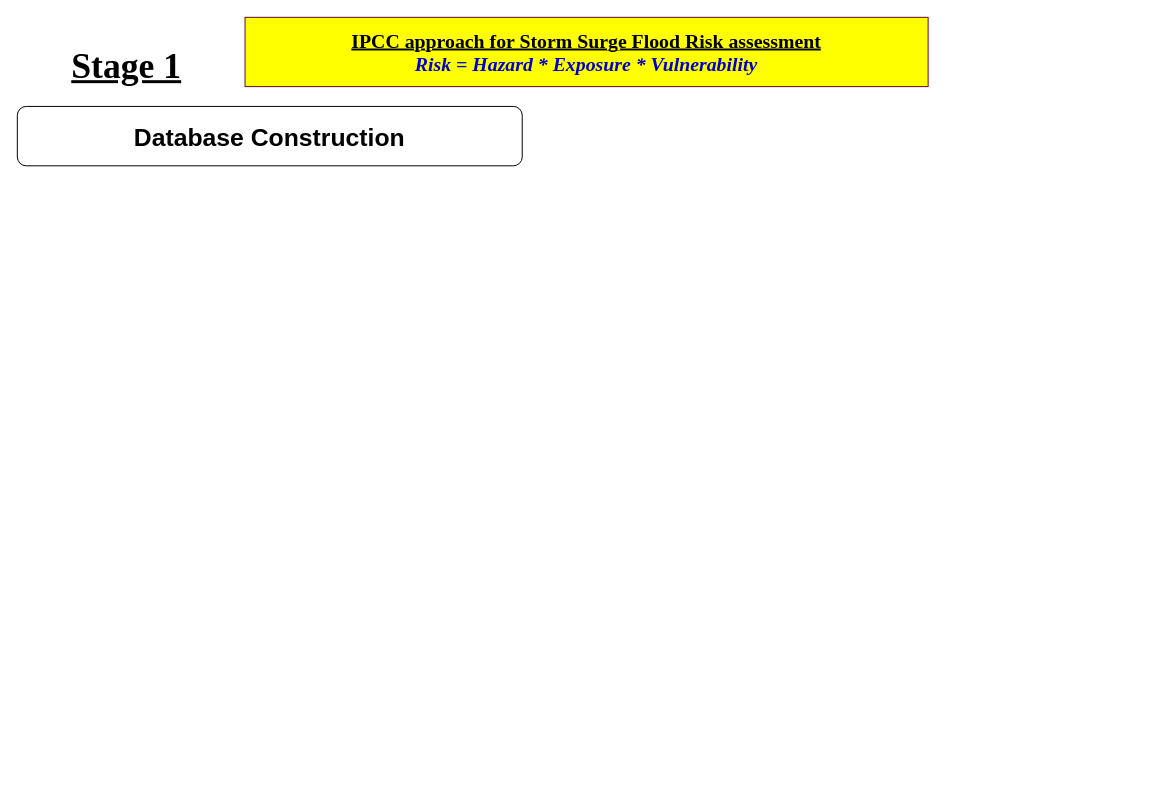
This is page "Storm surge flood Risk" (3 of 3) of Untitled Diagram.drawio from Daawarb/Daawarb, a draw.io file, before an edit. Source tidied: cells renumbered, new cells numbered last; positions are measured from the earlier drawing's top-left corner, leaving out a move shared by most shapes. Both pictures are drawn from the tidied source at 99%, with x=0, y=0 at pixel (17, 17).
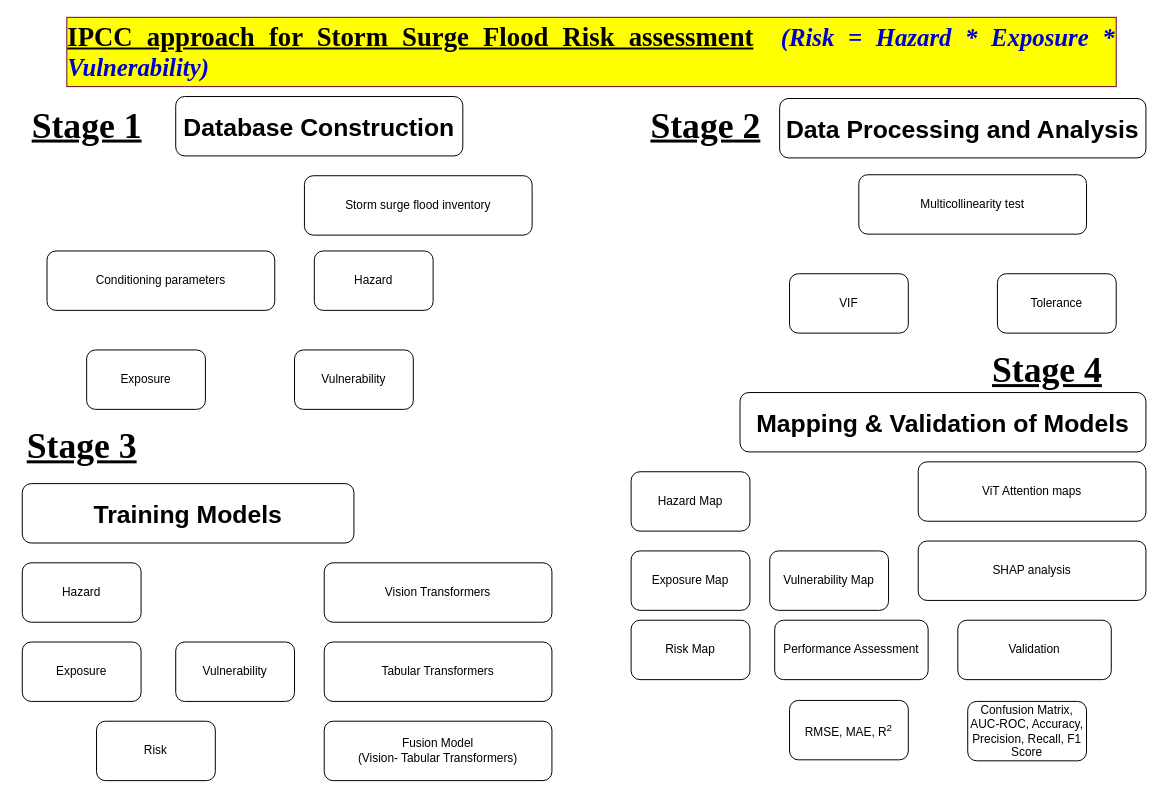
Above is the later version.

What changed in the source:
```diff
@@
-    <mxCell id="2" value="&lt;font face=&quot;Garamond&quot; style=&quot;font-size: 20px;&quot;&gt;&lt;b&gt;&lt;u&gt;IPCC approach for Storm Surge Flood Risk assessment&lt;/u&gt;&lt;/b&gt;&lt;/font&gt;&lt;div&gt;&lt;div&gt;&lt;font face=&quot;Garamond&quot; style=&quot;font-size: 20px; color: rgb(0, 0, 204);&quot;&gt;&lt;b style=&quot;&quot;&gt;&lt;i style=&quot;&quot;&gt;Risk = Hazard * Exposure * Vulnerability&lt;/i&gt;&lt;/b&gt;&lt;/font&gt;&lt;/div&gt;&lt;/div&gt;" style="text;html=1;align=center;verticalAlign=middle;whiteSpace=wrap;rounded=0;fillColor=#FFFF00;strokeColor=#660033;fillStyle=solid;" parent="1" vertex="1">
-      <mxGeometry x="230" width="690" height="70" as="geometry" />
+    <mxCell id="2" value="&lt;div style=&quot;text-align: justify;&quot;&gt;&lt;font style=&quot;background-color: transparent; color: light-dark(rgb(0, 0, 0), rgb(255, 255, 255)); font-size: 27px;&quot; face=&quot;Garamond&quot;&gt;&lt;b style=&quot;&quot;&gt;&lt;u style=&quot;&quot;&gt;IPCC approach for Storm Surge Flood Risk assessment&lt;/u&gt;&lt;/b&gt;&lt;/font&gt;&lt;b style=&quot;background-color: transparent; color: light-dark(rgb(0, 0, 204), rgb(44, 44, 1)); font-size: 25px; font-family: Garamond;&quot;&gt;&lt;i&gt;&amp;nbsp; (Risk = Hazard * Exposure * Vulnerability)&lt;/i&gt;&lt;/b&gt;&lt;/div&gt;" style="text;html=1;align=center;verticalAlign=middle;whiteSpace=wrap;rounded=0;fillColor=#FFFF00;strokeColor=#660033;fillStyle=solid;" parent="1" vertex="1">
+      <mxGeometry x="50" width="1060" height="70" as="geometry" />
     </mxCell>
     <mxCell id="3" value="&lt;b style=&quot;&quot;&gt;&lt;font face=&quot;Garamond&quot; style=&quot;font-size: 36px;&quot;&gt;&lt;u style=&quot;&quot;&gt;Stage 1&lt;/u&gt;&lt;/font&gt;&lt;/b&gt;" style="text;html=1;align=center;verticalAlign=middle;strokeColor=none;fillColor=none;" parent="1" vertex="1">
-      <mxGeometry x="45" y="20" width="130" height="60" as="geometry" />
+      <mxGeometry x="5" y="80" width="130" height="60" as="geometry" />
     </mxCell>
     <mxCell id="4" value="&lt;b style=&quot;text-wrap-mode: nowrap;&quot;&gt;&lt;font style=&quot;font-size: 25px;&quot;&gt;Database Construction&lt;/font&gt;&lt;/b&gt;" style="rounded=1;whiteSpace=wrap;html=1;" parent="1" vertex="1">
-      <mxGeometry y="90" width="510" height="60" as="geometry" />
+      <mxGeometry x="160" y="80" width="290" height="60" as="geometry" />
     </mxCell>
+    <mxCell id="5" value="Storm surge flood inventory" style="rounded=1;whiteSpace=wrap;html=1;" parent="1" vertex="1">
+      <mxGeometry x="290" y="160" width="230" height="60" as="geometry" />
+    </mxCell>
+    <mxCell id="6" value="Conditioning parameters" style="rounded=1;whiteSpace=wrap;html=1;" parent="1" vertex="1">
+      <mxGeometry x="30" y="236" width="230" height="60" as="geometry" />
+    </mxCell>
+    <mxCell id="7" value="Hazard" style="rounded=1;whiteSpace=wrap;html=1;" parent="1" vertex="1">
+      <mxGeometry x="300" y="236" width="120" height="60" as="geometry" />
+    </mxCell>
+    <mxCell id="8" value="Exposure" style="rounded=1;whiteSpace=wrap;html=1;" parent="1" vertex="1">
+      <mxGeometry x="70" y="336" width="120" height="60" as="geometry" />
+    </mxCell>
+    <mxCell id="9" value="Vulnerability" style="rounded=1;whiteSpace=wrap;html=1;" parent="1" vertex="1">
+      <mxGeometry x="280" y="336" width="120" height="60" as="geometry" />
+    </mxCell>
+    <mxCell id="10" value="&lt;span style=&quot;font-size: 25px; text-wrap-mode: nowrap;&quot;&gt;&lt;b&gt;Data Processing and Analysis&lt;/b&gt;&lt;/span&gt;" style="rounded=1;whiteSpace=wrap;html=1;" parent="1" vertex="1">
+      <mxGeometry x="770" y="82" width="370" height="60" as="geometry" />
+    </mxCell>
+    <mxCell id="11" value="Multicollinearity test" style="rounded=1;whiteSpace=wrap;html=1;" parent="1" vertex="1">
+      <mxGeometry x="850" y="159" width="230" height="60" as="geometry" />
+    </mxCell>
+    <mxCell id="12" value="VIF" style="rounded=1;whiteSpace=wrap;html=1;" parent="1" vertex="1">
+      <mxGeometry x="780" y="259" width="120" height="60" as="geometry" />
+    </mxCell>
+    <mxCell id="13" value="Tolerance" style="rounded=1;whiteSpace=wrap;html=1;" parent="1" vertex="1">
+      <mxGeometry x="990" y="259" width="120" height="60" as="geometry" />
+    </mxCell>
+    <mxCell id="14" value="&lt;b style=&quot;&quot;&gt;&lt;font face=&quot;Garamond&quot; style=&quot;font-size: 36px;&quot;&gt;&lt;u style=&quot;&quot;&gt;Stage 2&lt;/u&gt;&lt;/font&gt;&lt;/b&gt;" style="text;html=1;align=center;verticalAlign=middle;strokeColor=none;fillColor=none;" parent="1" vertex="1">
+      <mxGeometry x="630" y="80" width="130" height="60" as="geometry" />
+    </mxCell>
+    <mxCell id="15" value="&lt;b style=&quot;&quot;&gt;&lt;font face=&quot;Garamond&quot; style=&quot;font-size: 36px;&quot;&gt;&lt;u style=&quot;&quot;&gt;Stage 3&lt;/u&gt;&lt;/font&gt;&lt;/b&gt;" style="text;html=1;align=center;verticalAlign=middle;strokeColor=none;fillColor=none;" parent="1" vertex="1">
+      <mxGeometry y="404" width="130" height="60" as="geometry" />
+    </mxCell>
+    <mxCell id="16" value="Hazard" style="rounded=1;whiteSpace=wrap;html=1;" parent="1" vertex="1">
+      <mxGeometry x="5" y="551" width="120" height="60" as="geometry" />
+    </mxCell>
+    <mxCell id="17" value="&lt;span style=&quot;font-size: 25px; text-wrap-mode: nowrap;&quot;&gt;&lt;b&gt;Training Models&lt;/b&gt;&lt;/span&gt;" style="rounded=1;whiteSpace=wrap;html=1;" parent="1" vertex="1">
+      <mxGeometry x="5" y="471" width="335" height="60" as="geometry" />
+    </mxCell>
+    <mxCell id="18" value="Vision Transformers" style="rounded=1;whiteSpace=wrap;html=1;" parent="1" vertex="1">
+      <mxGeometry x="310" y="551" width="230" height="60" as="geometry" />
+    </mxCell>
+    <mxCell id="19" value="Exposure" style="rounded=1;whiteSpace=wrap;html=1;" parent="1" vertex="1">
+      <mxGeometry x="5" y="631" width="120" height="60" as="geometry" />
+    </mxCell>
+    <mxCell id="20" value="Vulnerability" style="rounded=1;whiteSpace=wrap;html=1;" parent="1" vertex="1">
+      <mxGeometry x="160" y="631" width="120" height="60" as="geometry" />
+    </mxCell>
+    <mxCell id="21" value="Tabular Transformers" style="rounded=1;whiteSpace=wrap;html=1;" parent="1" vertex="1">
+      <mxGeometry x="310" y="631" width="230" height="60" as="geometry" />
+    </mxCell>
+    <mxCell id="22" value="&lt;div&gt;Fusion Model&lt;/div&gt;(Vision- Tabular Transformers)" style="rounded=1;whiteSpace=wrap;html=1;" parent="1" vertex="1">
+      <mxGeometry x="310" y="711" width="230" height="60" as="geometry" />
+    </mxCell>
+    <mxCell id="23" value="Risk" style="rounded=1;whiteSpace=wrap;html=1;" parent="1" vertex="1">
+      <mxGeometry x="80" y="711" width="120" height="60" as="geometry" />
+    </mxCell>
+    <mxCell id="24" value="&lt;b style=&quot;&quot;&gt;&lt;font face=&quot;Garamond&quot; style=&quot;font-size: 36px;&quot;&gt;&lt;u style=&quot;&quot;&gt;Stage 4&lt;/u&gt;&lt;/font&gt;&lt;/b&gt;" style="text;html=1;align=center;verticalAlign=middle;strokeColor=none;fillColor=none;" parent="1" vertex="1">
+      <mxGeometry x="975" y="327" width="130" height="60" as="geometry" />
+    </mxCell>
+    <mxCell id="25" value="&lt;span style=&quot;font-size: 25px; text-wrap-mode: nowrap;&quot;&gt;&lt;b&gt;Mapping &amp;amp; Validation of Models&lt;/b&gt;&lt;/span&gt;" style="rounded=1;whiteSpace=wrap;html=1;" parent="1" vertex="1">
+      <mxGeometry x="730" y="379" width="410" height="60" as="geometry" />
+    </mxCell>
+    <mxCell id="26" value="Hazard Map" style="rounded=1;whiteSpace=wrap;html=1;" parent="1" vertex="1">
+      <mxGeometry x="620" y="459" width="120" height="60" as="geometry" />
+    </mxCell>
+    <mxCell id="27" value="Exposure Map" style="rounded=1;whiteSpace=wrap;html=1;" parent="1" vertex="1">
+      <mxGeometry x="620" y="539" width="120" height="60" as="geometry" />
+    </mxCell>
+    <mxCell id="28" value="Vulnerability Map" style="rounded=1;whiteSpace=wrap;html=1;" parent="1" vertex="1">
+      <mxGeometry x="760" y="539" width="120" height="60" as="geometry" />
+    </mxCell>
+    <mxCell id="29" value="Risk Map" style="rounded=1;whiteSpace=wrap;html=1;" parent="1" vertex="1">
+      <mxGeometry x="620" y="609" width="120" height="60" as="geometry" />
+    </mxCell>
+    <mxCell id="30" value="ViT Attention maps" style="rounded=1;whiteSpace=wrap;html=1;" parent="1" vertex="1">
+      <mxGeometry x="910" y="449" width="230" height="60" as="geometry" />
+    </mxCell>
+    <mxCell id="31" value="SHAP analysis" style="rounded=1;whiteSpace=wrap;html=1;" parent="1" vertex="1">
+      <mxGeometry x="910" y="529" width="230" height="60" as="geometry" />
+    </mxCell>
+    <mxCell id="32" value="Performance Assessment" style="rounded=1;whiteSpace=wrap;html=1;" parent="1" vertex="1">
+      <mxGeometry x="765" y="609" width="155" height="60" as="geometry" />
+    </mxCell>
+    <mxCell id="33" value="Validation" style="rounded=1;whiteSpace=wrap;html=1;" parent="1" vertex="1">
+      <mxGeometry x="950" y="609" width="155" height="60" as="geometry" />
+    </mxCell>
+    <mxCell id="34" value="RMSE, MAE, R&lt;sup&gt;2&lt;/sup&gt;" style="rounded=1;whiteSpace=wrap;html=1;" parent="1" vertex="1">
+      <mxGeometry x="780" y="690" width="120" height="60" as="geometry" />
+    </mxCell>
+    <mxCell id="35" value="Confusion Matrix, AUC-ROC, Accuracy, Precision, Recall, F1 Score" style="rounded=1;whiteSpace=wrap;html=1;" parent="1" vertex="1">
+      <mxGeometry x="960" y="691" width="120" height="60" as="geometry" />
+    </mxCell>
```
